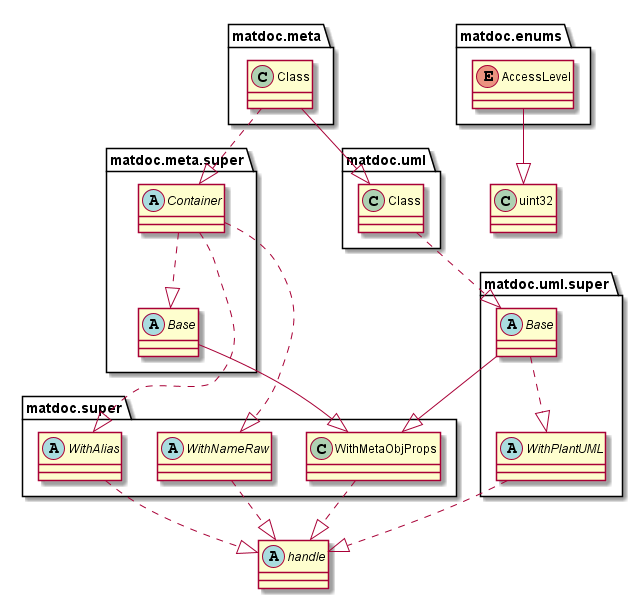
Earlier version of the PlantUML export doc/uml-examples/export-class-OnlyRelationship-true.png (flxdot/matdoc).
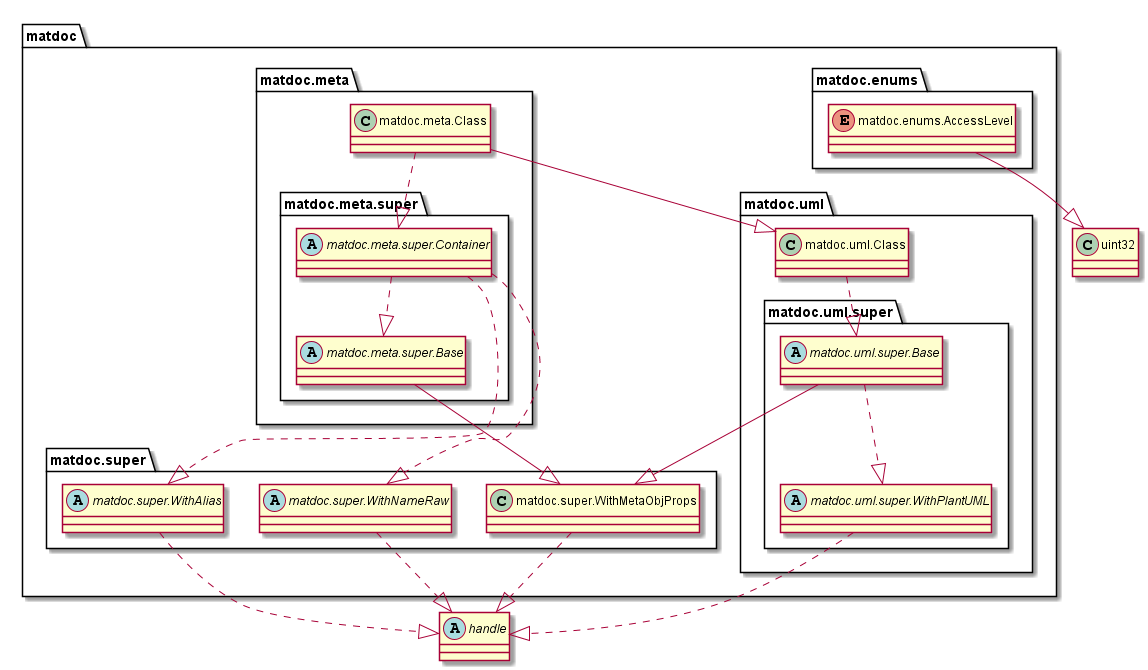
The same diagram one commit later.

Change to the diagram source:
```diff
@@ -1,39 +1,69 @@
 @startuml
+
+set namespaceSeparator none
 
 abstract class handle {
 }
 
-enum matdoc.enums.AccessLevel {
+class uint32 {
 }
 
-class matdoc.meta.Class {
-}
+package matdoc {
 
-abstract class matdoc.meta.super.Base {
-}
+   package matdoc.enums {
 
-abstract class matdoc.meta.super.Container {
-}
+      enum matdoc.enums.AccessLevel {
+      }
 
-abstract class matdoc.super.WithAlias {
-}
+   }
 
-class matdoc.super.WithMetaObjProps {
-}
+   package matdoc.meta {
 
-abstract class matdoc.super.WithNameRaw {
-}
+      class matdoc.meta.Class {
+      }
 
-class matdoc.uml.Class {
-}
+      package matdoc.meta.super {
 
-abstract class matdoc.uml.super.Base {
-}
+         abstract class matdoc.meta.super.Base {
+         }
 
-abstract class matdoc.uml.super.WithPlantUML {
-}
+         abstract class matdoc.meta.super.Container {
+         }
 
-class uint32 {
+      }
+
+   }
+
+   package matdoc.super {
+
+      abstract class matdoc.super.WithAlias {
+      }
+
+      class matdoc.super.WithMetaObjProps {
+      }
+
+      abstract class matdoc.super.WithNameRaw {
+      }
+
+   }
+
+   package matdoc.uml {
+
+      class matdoc.uml.Class {
+      }
+
+      package matdoc.uml.super {
+
+         abstract class matdoc.uml.super.Base {
+         }
+
+         abstract class matdoc.uml.super.WithPlantUML {
+         }
+
+      }
+
+   }
+
 }
 
 
@@ -52,5 +82,4 @@
 matdoc.uml.super.Base ..|> matdoc.uml.super.WithPlantUML
 matdoc.uml.super.WithPlantUML ..|> handle
 
-
 @enduml
```
